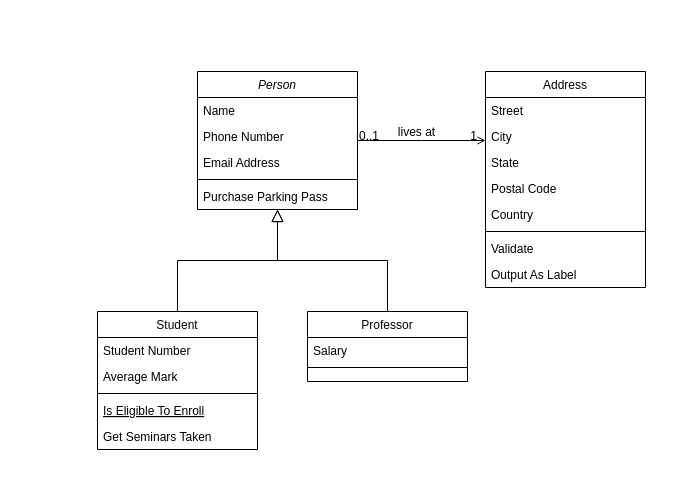
The draw.io diagram Untitled Diagram.drawio in fmathias/draws, before the edit. Source tidied: cells renumbered, new cells numbered last; positions are measured from the earlier drawing's top-left corner, leaving out a move shared by most shapes. Both pictures are drawn from the tidied source at 100%, with x=0, y=0 at pixel (97, 71).
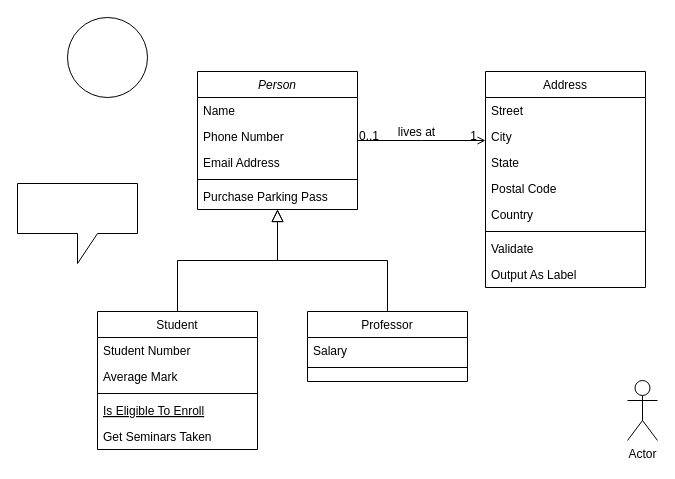
The same page after the edit.

The edit, as a diff of the source:
```diff
@@
+    <mxCell id="32" style="ellipse;whiteSpace=wrap;html=1;" parent="1" vertex="1">
+      <mxGeometry x="-30" y="-54" width="80" height="80" as="geometry" />
+    </mxCell>
+    <mxCell id="33" style="shape=callout;whiteSpace=wrap;html=1;perimeter=calloutPerimeter;" parent="1" vertex="1">
+      <mxGeometry x="-80" y="112" width="120" height="80" as="geometry" />
+    </mxCell>
+    <mxCell id="34" value="Actor" style="shape=umlActor;verticalLabelPosition=bottom;verticalAlign=top;html=1;" parent="1" vertex="1">
+      <mxGeometry x="530" y="309" width="30" height="60" as="geometry" />
+    </mxCell>
```
